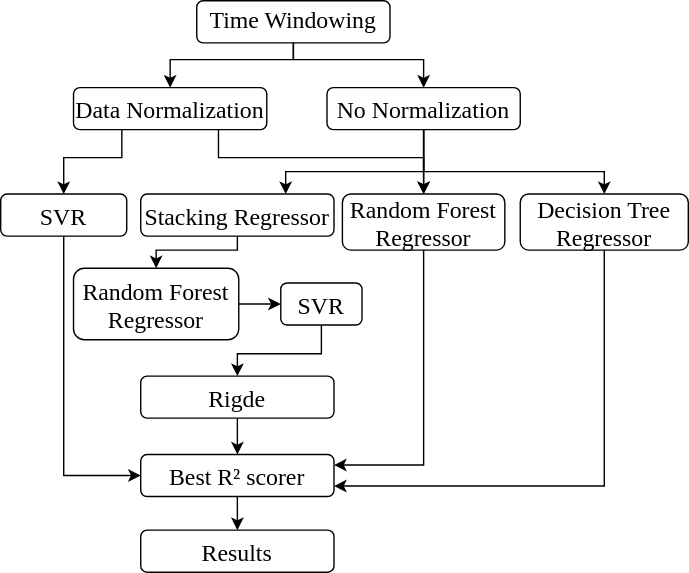
This is paper/Diagrams/gridsearch.drawio.svg from brunotvs/po233_project, a draw.io export, as it was before one commit. Source tidied: cells renumbered, new cells last; positions are measured from the earlier drawing's top-left corner, leaving out a move shared by most shapes. Source of this version:
```xml
<mxGraphModel>
  <root>
    <mxCell id="0" />
    <mxCell id="1" parent="0" />
    <mxCell id="2" style="edgeStyle=orthogonalEdgeStyle;rounded=0;jettySize=auto;html=1;exitX=0.5;exitY=1;exitDx=0;exitDy=0;entryX=0.5;entryY=0;entryDx=0;entryDy=0;fontFamily=Times New Roman;fontSize=17;endArrow=classic;endFill=1;" parent="1" edge="1" source="3" target="6">
      <mxGeometry relative="1" as="geometry">
        <Array as="points">
          <mxPoint x="217" y="42" />
          <mxPoint x="129" y="42" />
        </Array>
      </mxGeometry>
    </mxCell>
    <mxCell id="3" value="Time Windowing" style="rounded=1;whiteSpace=wrap;html=1;fontFamily=Times New Roman;fontSize=17;" parent="1" vertex="1">
      <mxGeometry x="148" width="138" height="30" as="geometry" />
    </mxCell>
    <mxCell id="4" style="edgeStyle=orthogonalEdgeStyle;rounded=0;jettySize=auto;html=1;exitX=0.25;exitY=1;exitDx=0;exitDy=0;entryX=0.5;entryY=0;entryDx=0;entryDy=0;fontFamily=Times New Roman;fontSize=17;" parent="1" edge="1" source="6" target="12">
      <mxGeometry relative="1" as="geometry">
        <Array as="points">
          <mxPoint x="90" y="112" />
          <mxPoint y="112" />
        </Array>
      </mxGeometry>
    </mxCell>
    <mxCell id="5" style="edgeStyle=orthogonalEdgeStyle;rounded=0;jettySize=auto;html=1;exitX=0.75;exitY=1;exitDx=0;exitDy=0;entryX=0.5;entryY=0;entryDx=0;entryDy=0;fontFamily=Times New Roman;fontSize=17;endArrow=classic;endFill=1;" parent="1" edge="1" source="6" target="16">
      <mxGeometry relative="1" as="geometry">
        <Array as="points">
          <mxPoint x="164" y="112" />
          <mxPoint x="310" y="112" />
        </Array>
      </mxGeometry>
    </mxCell>
    <mxCell id="6" value="Data Normalization" style="rounded=1;fontFamily=Times New Roman;fontSize=17;" parent="1" vertex="1">
      <mxGeometry x="60" y="62" width="138" height="30" as="geometry" />
    </mxCell>
    <mxCell id="7" style="edgeStyle=orthogonalEdgeStyle;rounded=0;jettySize=auto;html=1;exitX=0.5;exitY=1;exitDx=0;exitDy=0;fontFamily=Times New Roman;fontSize=17;endArrow=classic;endFill=1;" parent="1" edge="1" source="10" target="16">
      <mxGeometry relative="1" as="geometry" />
    </mxCell>
    <mxCell id="8" style="edgeStyle=orthogonalEdgeStyle;rounded=0;jettySize=auto;html=1;exitX=0.5;exitY=1;exitDx=0;exitDy=0;fontFamily=Times New Roman;fontSize=17;endArrow=classic;endFill=1;" parent="1" edge="1" source="10" target="18">
      <mxGeometry relative="1" as="geometry">
        <Array as="points">
          <mxPoint x="310" y="122" />
          <mxPoint x="439" y="122" />
        </Array>
      </mxGeometry>
    </mxCell>
    <mxCell id="9" style="edgeStyle=orthogonalEdgeStyle;rounded=0;jettySize=auto;html=1;exitX=0.5;exitY=1;exitDx=0;exitDy=0;entryX=0.75;entryY=0;entryDx=0;entryDy=0;fontFamily=Times New Roman;fontSize=17;endArrow=classic;endFill=1;" parent="1" edge="1" source="10" target="14">
      <mxGeometry relative="1" as="geometry">
        <Array as="points">
          <mxPoint x="310" y="122" />
          <mxPoint x="212" y="122" />
        </Array>
      </mxGeometry>
    </mxCell>
    <mxCell id="10" value="No Normalization" style="rounded=1;fontFamily=Times New Roman;fontSize=17;" parent="1" vertex="1">
      <mxGeometry x="241" y="62" width="138" height="30" as="geometry" />
    </mxCell>
    <mxCell id="11" style="edgeStyle=orthogonalEdgeStyle;rounded=0;jettySize=auto;html=1;exitX=0.5;exitY=1;exitDx=0;exitDy=0;entryX=0;entryY=0.5;entryDx=0;entryDy=0;endArrow=classic;endFill=1;fontFamily=Times New Roman;fontSize=17;" parent="1" edge="1" source="12" target="26">
      <mxGeometry relative="1" as="geometry" />
    </mxCell>
    <mxCell id="12" value="SVR" style="rounded=1;fontFamily=Times New Roman;fontSize=17;" parent="1" vertex="1">
      <mxGeometry x="8" y="138" width="90" height="30" as="geometry" />
    </mxCell>
    <mxCell id="13" style="edgeStyle=orthogonalEdgeStyle;rounded=0;jettySize=auto;html=1;exitX=0.5;exitY=1;exitDx=0;exitDy=0;entryX=0.5;entryY=0;entryDx=0;entryDy=0;fontFamily=Times New Roman;fontSize=17;endArrow=classic;endFill=1;" parent="1" edge="1" source="14" target="20">
      <mxGeometry relative="1" as="geometry">
        <Array as="points">
          <mxPoint x="177" y="178" />
          <mxPoint x="119" y="178" />
        </Array>
      </mxGeometry>
    </mxCell>
    <mxCell id="14" value="Stacking Regressor" style="rounded=1;fontFamily=Times New Roman;fontSize=17;" parent="1" vertex="1">
      <mxGeometry x="108" y="138" width="138" height="30" as="geometry" />
    </mxCell>
    <mxCell id="15" style="edgeStyle=orthogonalEdgeStyle;rounded=0;jettySize=auto;html=1;exitX=0.5;exitY=1;exitDx=0;exitDy=0;entryX=1;entryY=0.25;entryDx=0;entryDy=0;endArrow=classic;endFill=1;fontFamily=Times New Roman;fontSize=17;" parent="1" edge="1" source="16" target="26">
      <mxGeometry relative="1" as="geometry" />
    </mxCell>
    <mxCell id="16" value="Random Forest &#10;Regressor" style="rounded=1;fontFamily=Times New Roman;fontSize=17;" parent="1" vertex="1">
      <mxGeometry x="252" y="138" width="116" height="40" as="geometry" />
    </mxCell>
    <mxCell id="17" style="edgeStyle=orthogonalEdgeStyle;rounded=0;jettySize=auto;html=1;exitX=0.5;exitY=1;exitDx=0;exitDy=0;entryX=1;entryY=0.75;entryDx=0;entryDy=0;endArrow=classic;endFill=1;fontFamily=Times New Roman;fontSize=17;" parent="1" edge="1" source="18" target="26">
      <mxGeometry relative="1" as="geometry" />
    </mxCell>
    <mxCell id="18" value="Decision Tree&#10;Regressor" style="rounded=1;fontFamily=Times New Roman;fontSize=17;" parent="1" vertex="1">
      <mxGeometry x="379" y="138" width="120" height="40" as="geometry" />
    </mxCell>
    <mxCell id="19" style="edgeStyle=orthogonalEdgeStyle;rounded=0;jettySize=auto;html=1;exitX=1;exitY=0.5;exitDx=0;exitDy=0;entryX=0;entryY=0.5;entryDx=0;entryDy=0;fontFamily=Times New Roman;fontSize=17;endArrow=classic;endFill=1;" parent="1" edge="1" source="20" target="22">
      <mxGeometry relative="1" as="geometry" />
    </mxCell>
    <mxCell id="20" value="Random Forest&#10;Regressor" style="rounded=1;fontFamily=Times New Roman;fontSize=17;" parent="1" vertex="1">
      <mxGeometry x="60" y="191" width="118" height="51" as="geometry" />
    </mxCell>
    <mxCell id="21" style="edgeStyle=orthogonalEdgeStyle;rounded=0;jettySize=auto;html=1;exitX=0.5;exitY=1;exitDx=0;exitDy=0;fontFamily=Times New Roman;fontSize=17;endArrow=classic;endFill=1;" parent="1" edge="1" source="22" target="24">
      <mxGeometry relative="1" as="geometry">
        <Array as="points">
          <mxPoint x="237" y="252" />
          <mxPoint x="177" y="252" />
        </Array>
      </mxGeometry>
    </mxCell>
    <mxCell id="22" value="SVR" style="rounded=1;fontFamily=Times New Roman;fontSize=17;" parent="1" vertex="1">
      <mxGeometry x="208" y="201.5" width="58" height="30" as="geometry" />
    </mxCell>
    <mxCell id="23" style="edgeStyle=orthogonalEdgeStyle;rounded=0;jettySize=auto;html=1;exitX=0.5;exitY=1;exitDx=0;exitDy=0;entryX=0.5;entryY=0;entryDx=0;entryDy=0;endArrow=classic;endFill=1;fontFamily=Times New Roman;fontSize=17;" parent="1" edge="1" source="24" target="26">
      <mxGeometry relative="1" as="geometry" />
    </mxCell>
    <mxCell id="24" value="Rigde" style="rounded=1;fontFamily=Times New Roman;fontSize=17;" parent="1" vertex="1">
      <mxGeometry x="108" y="268" width="138" height="30" as="geometry" />
    </mxCell>
    <mxCell id="25" style="edgeStyle=orthogonalEdgeStyle;rounded=0;jettySize=auto;html=1;exitX=0.5;exitY=1;exitDx=0;exitDy=0;fontFamily=Times New Roman;fontSize=17;endArrow=classic;endFill=1;" parent="1" edge="1" source="26" target="27">
      <mxGeometry relative="1" as="geometry" />
    </mxCell>
    <mxCell id="26" value="Best R² scorer" style="rounded=1;fontFamily=Times New Roman;fontSize=17;" parent="1" vertex="1">
      <mxGeometry x="108" y="324" width="138" height="30" as="geometry" />
    </mxCell>
    <mxCell id="27" value="Results" style="rounded=1;fontFamily=Times New Roman;fontSize=17;" parent="1" vertex="1">
      <mxGeometry x="108" y="378" width="138" height="30" as="geometry" />
    </mxCell>
    <mxCell id="28" style="edgeStyle=orthogonalEdgeStyle;rounded=0;jettySize=auto;html=1;exitX=0.5;exitY=1;exitDx=0;exitDy=0;entryX=0.5;entryY=0;entryDx=0;entryDy=0;fontFamily=Times New Roman;fontSize=17;endArrow=classic;endFill=1;" parent="1" edge="1" source="3" target="10">
      <mxGeometry relative="1" as="geometry">
        <Array as="points">
          <mxPoint x="217" y="42" />
          <mxPoint x="310" y="42" />
        </Array>
      </mxGeometry>
    </mxCell>
  </root>
</mxGraphModel>
```
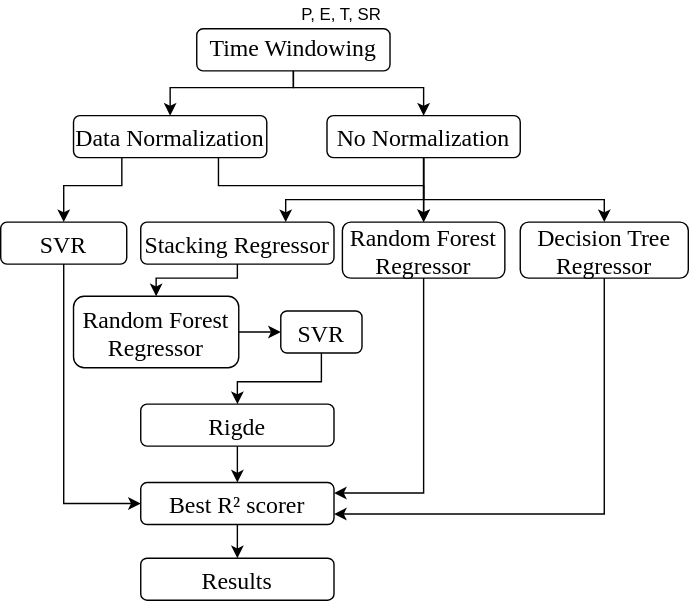
After the change.

Change to the diagram source:
```diff
@@ -123,5 +123,8 @@
         </Array>
       </mxGeometry>
     </mxCell>
+    <mxCell id="29" value="P, E, T, SR" style="text;html=1;align=center;verticalAlign=middle;strokeColor=none;" parent="1" vertex="1">
+      <mxGeometry x="216" y="-20" width="70" height="20" as="geometry" />
+    </mxCell>
   </root>
 </mxGraphModel>
```
